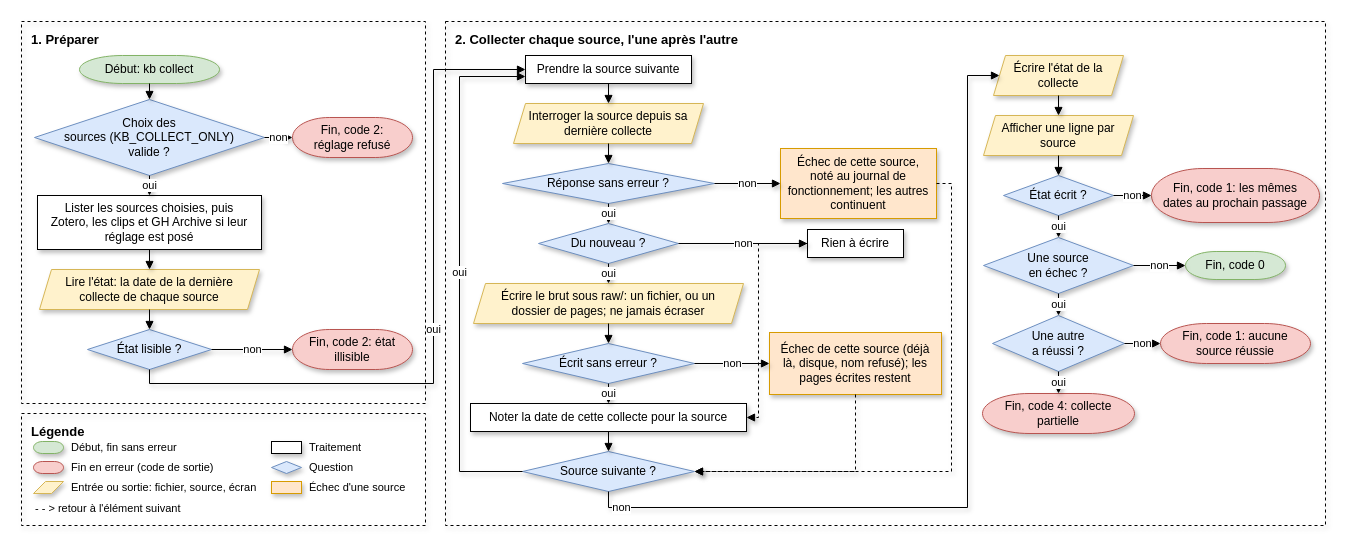
Before: documentation/images/logigramme-collecte_20261121.drawio in SabineLaurent/K-B, a draw.io diagram. Source tidied: cells renumbered, new cells numbered last; positions are measured from the earlier drawing's top-left corner, leaving out a move shared by most shapes. Both pictures are drawn from the tidied source at 100%, with x=0, y=0 at pixel (21, 21).
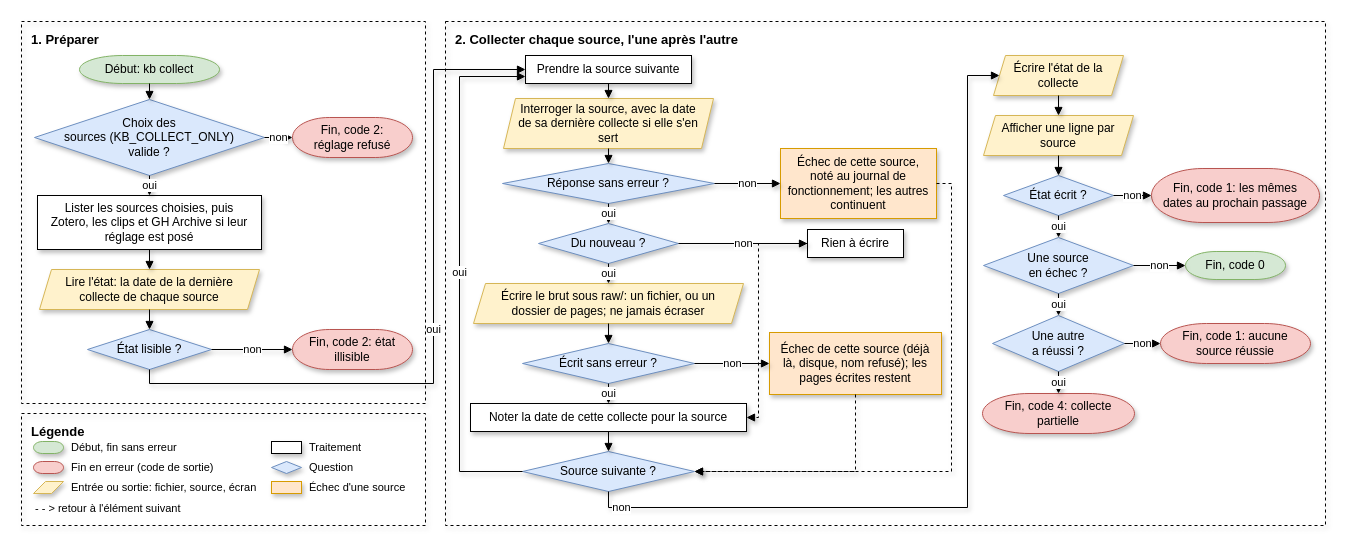
Above is the later version.

The edit, as a diff of the source:
```diff
@@
-    <mxCell id="12" value="Interroger la source depuis sa dernière collecte" style="shape=parallelogram;perimeter=parallelogramPerimeter;whiteSpace=wrap;html=1;fixedSize=1;size=12;fontSize=12;fontFamily=Helvetica;fillColor=#FFF2CC;strokeColor=#D6B656;spacingLeft=14;spacingRight=14;shadow=1;" parent="1" vertex="1">
-      <mxGeometry x="492" y="82" width="190" height="40" as="geometry" />
+    <mxCell id="12" value="Interroger la source, avec la date de sa dernière collecte si elle s'en sert" style="shape=parallelogram;perimeter=parallelogramPerimeter;whiteSpace=wrap;html=1;fixedSize=1;size=12;fontSize=12;fontFamily=Helvetica;fillColor=#FFF2CC;strokeColor=#D6B656;spacingLeft=14;spacingRight=14;shadow=1;" parent="1" vertex="1">
+      <mxGeometry x="482" y="77" width="210" height="50" as="geometry" />
     </mxCell>
```
